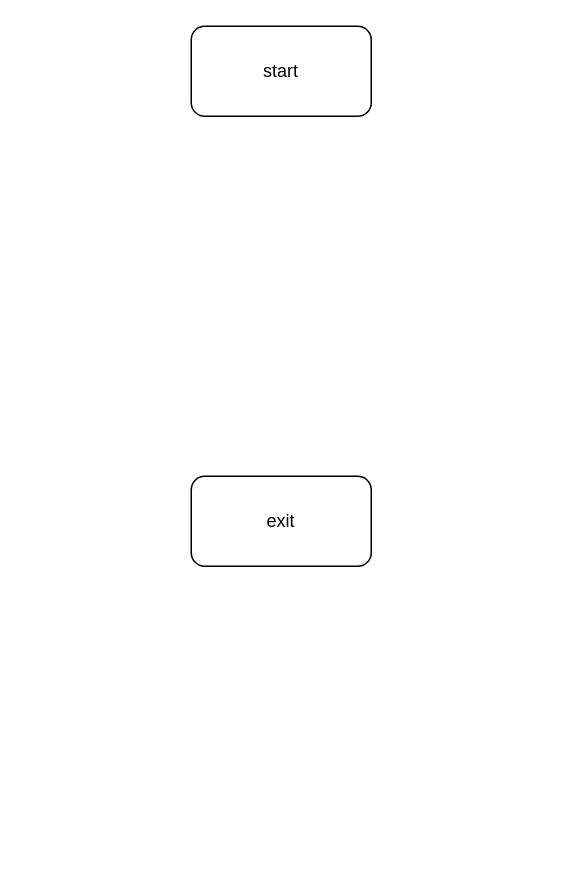
kr1so/exit_task keeps this draw.io diagram as drawioFiles/RandomNumberMethod.drawio. Above is the earlier version. Source tidied: cells renumbered, new cells numbered last; positions are measured from the earlier drawing's top-left corner, leaving out a move shared by most shapes. Both pictures are drawn from the tidied source at 150%, with x=0, y=0 at pixel (190, 26).
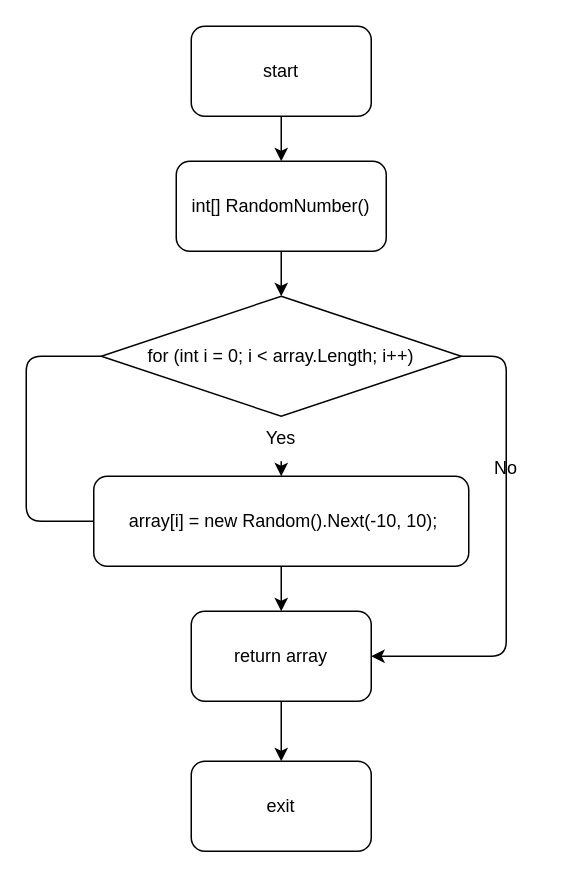
The same page after the edit.

The change refers to these unchanged cells:
```xml
<mxCell id="2" value="start" style="rounded=1;whiteSpace=wrap;html=1;" parent="1" vertex="1">
  <mxGeometry width="120" height="60" as="geometry" />
</mxCell>
```

Diff of the diagram source:
```diff
@@
+    <mxCell id="3" style="edgeStyle=none;html=1;exitX=0.5;exitY=1;exitDx=0;exitDy=0;entryX=0.5;entryY=0;entryDx=0;entryDy=0;" parent="1" edge="1" source="2" target="6">
+      <mxGeometry relative="1" as="geometry" />
+    </mxCell>
@@
-    <mxCell id="3" value="exit" style="rounded=1;whiteSpace=wrap;html=1;" parent="1" vertex="1">
-      <mxGeometry y="300" width="120" height="60" as="geometry" />
-    </mxCell>
+    <mxCell id="4" value="exit" style="rounded=1;whiteSpace=wrap;html=1;" parent="1" vertex="1">
+      <mxGeometry y="490" width="120" height="60" as="geometry" />
+    </mxCell>
+    <mxCell id="5" style="edgeStyle=none;html=1;exitX=0.5;exitY=1;exitDx=0;exitDy=0;entryX=0.5;entryY=0;entryDx=0;entryDy=0;" parent="1" edge="1" source="6" target="8">
+      <mxGeometry relative="1" as="geometry" />
+    </mxCell>
+    <mxCell id="6" value="int[] RandomNumber()" style="rounded=1;whiteSpace=wrap;html=1;" parent="1" vertex="1">
+      <mxGeometry x="-10" y="90" width="140" height="60" as="geometry" />
+    </mxCell>
+    <mxCell id="7" style="edgeStyle=none;html=1;exitX=0.5;exitY=1;exitDx=0;exitDy=0;entryX=0.5;entryY=0;entryDx=0;entryDy=0;startArrow=none;" parent="1" edge="1" source="15" target="10">
+      <mxGeometry relative="1" as="geometry" />
+    </mxCell>
+    <mxCell id="8" value="for (int i = 0; i &amp;lt; array.Length; i++)" style="rhombus;whiteSpace=wrap;html=1;" parent="1" vertex="1">
+      <mxGeometry x="-60" y="180" width="240" height="80" as="geometry" />
+    </mxCell>
+    <mxCell id="9" style="edgeStyle=none;html=1;exitX=0.5;exitY=1;exitDx=0;exitDy=0;" parent="1" edge="1" source="10" target="12">
+      <mxGeometry relative="1" as="geometry" />
+    </mxCell>
+    <mxCell id="10" value="&amp;nbsp;array[i] = new Random().Next(-10, 10);" style="rounded=1;whiteSpace=wrap;html=1;" parent="1" vertex="1">
+      <mxGeometry x="-65" y="300" width="250" height="60" as="geometry" />
+    </mxCell>
+    <mxCell id="11" style="edgeStyle=none;html=1;exitX=0.5;exitY=1;exitDx=0;exitDy=0;entryX=0.5;entryY=0;entryDx=0;entryDy=0;" parent="1" edge="1" source="12" target="4">
+      <mxGeometry relative="1" as="geometry" />
+    </mxCell>
+    <mxCell id="12" value="return array" style="rounded=1;whiteSpace=wrap;html=1;" parent="1" vertex="1">
+      <mxGeometry y="390" width="120" height="60" as="geometry" />
+    </mxCell>
+    <mxCell id="13" style="endArrow=none;html=1;exitX=0;exitY=0.5;exitDx=0;exitDy=0;entryX=0;entryY=0.5;entryDx=0;entryDy=0;" parent="1" edge="1" source="8" target="10">
+      <mxGeometry relative="1" as="geometry">
+        <Array as="points">
+          <mxPoint x="-110" y="220" />
+          <mxPoint x="-110" y="330" />
+        </Array>
+      </mxGeometry>
+    </mxCell>
+    <mxCell id="14" style="endArrow=classic;html=1;exitX=1;exitY=0.5;exitDx=0;exitDy=0;entryX=1;entryY=0.5;entryDx=0;entryDy=0;" parent="1" edge="1" source="8" target="12">
+      <mxGeometry relative="1" as="geometry">
+        <Array as="points">
+          <mxPoint x="210" y="220" />
+          <mxPoint x="210" y="320" />
+          <mxPoint x="210" y="420" />
+        </Array>
+      </mxGeometry>
+    </mxCell>
+    <mxCell id="15" value="Yes" style="text;html=1;strokeColor=none;fillColor=none;align=center;verticalAlign=middle;whiteSpace=wrap;rounded=0;" parent="1" vertex="1">
+      <mxGeometry x="30" y="260" width="60" height="30" as="geometry" />
+    </mxCell>
+    <mxCell id="16" style="edgeStyle=none;html=1;exitX=0.5;exitY=1;exitDx=0;exitDy=0;entryX=0.5;entryY=0;entryDx=0;entryDy=0;endArrow=none;" parent="1" edge="1" source="8" target="15">
+      <mxGeometry relative="1" as="geometry" />
+    </mxCell>
+    <mxCell id="17" value="No" style="text;html=1;strokeColor=none;fillColor=none;align=center;verticalAlign=middle;whiteSpace=wrap;rounded=0;" parent="1" vertex="1">
+      <mxGeometry x="180" y="280" width="60" height="30" as="geometry" />
+    </mxCell>
```
